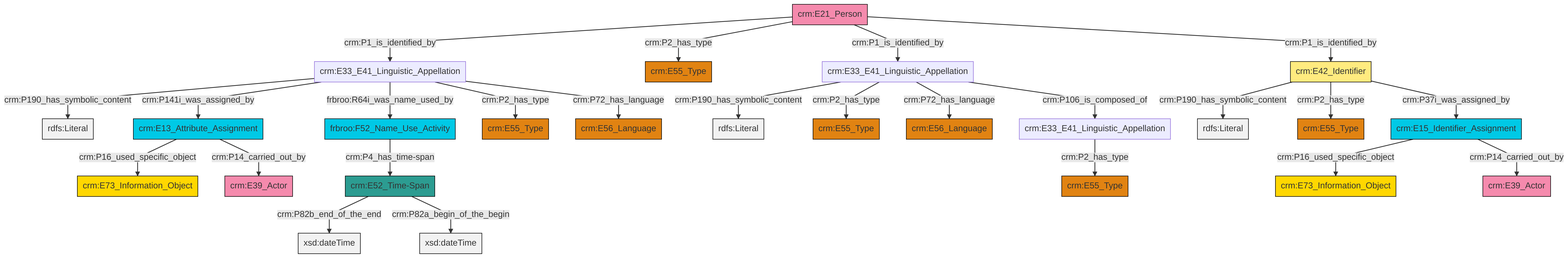
Before: et/personCSV/ttl/mmd/png/Person_Names_and_Classification.png, a diagram exported from Mermaid (swiss-art-research-net/docs.swissartresearch). Its source is kept beside it as et/personCSV/ttl/mmd/Person_Names_and_Classification.ttl.mmd.
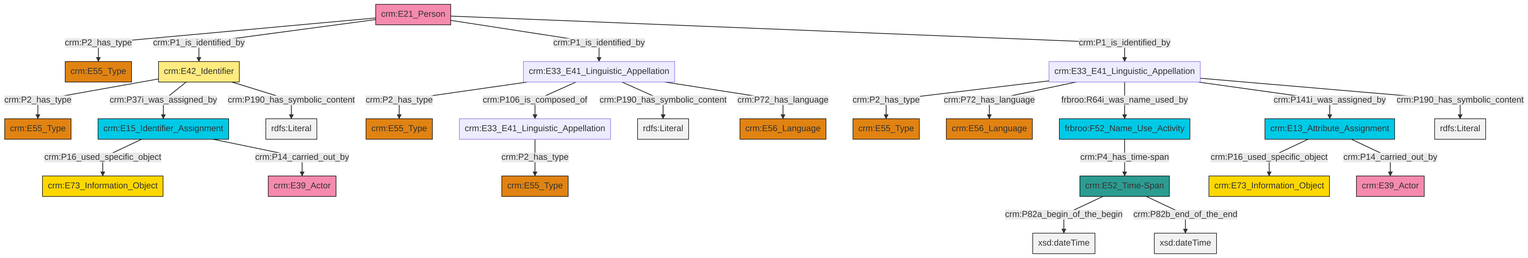
Above is the later version.

What changed in the source:
```diff
@@ -14,26 +14,26 @@
 classDef Multi fill:#cccccc,stroke:#000000;
 
 0["crm:E13_Attribute_Assignment"]:::Temporal_Entity -->|crm:P16_used_specific_object| 1["crm:E73_Information_Object"]:::Conceptual_Object
-4["frbroo:F52_Name_Use_Activity"]:::Temporal_Entity -->|crm:P4_has_time-span| 8["crm:E52_Time-Span"]:::Time-Span
-9["crm:E42_Identifier"]:::Appellation -->|crm:P190_has_symbolic_content| 10[rdfs:Literal]:::Literal
-11["crm:E21_Person"]:::Actor -->|crm:P1_is_identified_by| 12["crm:E33_E41_Linguistic_Appellation"]:::Default
-12["crm:E33_E41_Linguistic_Appellation"]:::Default -->|crm:P190_has_symbolic_content| 14[rdfs:Literal]:::Literal
-0["crm:E13_Attribute_Assignment"]:::Temporal_Entity -->|crm:P14_carried_out_by| 2["crm:E39_Actor"]:::Actor
-8["crm:E52_Time-Span"]:::Time-Span -->|crm:P82b_end_of_the_end| 21[xsd:dateTime]:::Literal
-8["crm:E52_Time-Span"]:::Time-Span -->|crm:P82a_begin_of_the_begin| 22[xsd:dateTime]:::Literal
-23["crm:E15_Identifier_Assignment"]:::Temporal_Entity -->|crm:P16_used_specific_object| 6["crm:E73_Information_Object"]:::Conceptual_Object
-23["crm:E15_Identifier_Assignment"]:::Temporal_Entity -->|crm:P14_carried_out_by| 24["crm:E39_Actor"]:::Actor
-11["crm:E21_Person"]:::Actor -->|crm:P2_has_type| 27["crm:E55_Type"]:::Type
-12["crm:E33_E41_Linguistic_Appellation"]:::Default -->|crm:P141i_was_assigned_by| 0["crm:E13_Attribute_Assignment"]:::Temporal_Entity
-11["crm:E21_Person"]:::Actor -->|crm:P1_is_identified_by| 28["crm:E33_E41_Linguistic_Appellation"]:::Default
-11["crm:E21_Person"]:::Actor -->|crm:P1_is_identified_by| 9["crm:E42_Identifier"]:::Appellation
-9["crm:E42_Identifier"]:::Appellation -->|crm:P2_has_type| 30["crm:E55_Type"]:::Type
-9["crm:E42_Identifier"]:::Appellation -->|crm:P37i_was_assigned_by| 23["crm:E15_Identifier_Assignment"]:::Temporal_Entity
-12["crm:E33_E41_Linguistic_Appellation"]:::Default -->|frbroo:R64i_was_name_used_by| 4["frbroo:F52_Name_Use_Activity"]:::Temporal_Entity
-28["crm:E33_E41_Linguistic_Appellation"]:::Default -->|crm:P190_has_symbolic_content| 32[rdfs:Literal]:::Literal
-17["crm:E33_E41_Linguistic_Appellation"]:::Default -->|crm:P2_has_type| 35["crm:E55_Type"]:::Type
-28["crm:E33_E41_Linguistic_Appellation"]:::Default -->|crm:P2_has_type| 19["crm:E55_Type"]:::Type
-12["crm:E33_E41_Linguistic_Appellation"]:::Default -->|crm:P2_has_type| 15["crm:E55_Type"]:::Type
-12["crm:E33_E41_Linguistic_Appellation"]:::Default -->|crm:P72_has_language| 40["crm:E56_Language"]:::Type
-28["crm:E33_E41_Linguistic_Appellation"]:::Default -->|crm:P72_has_language| 33["crm:E56_Language"]:::Type
-28["crm:E33_E41_Linguistic_Appellation"]:::Default -->|crm:P106_is_composed_of| 17["crm:E33_E41_Linguistic_Appellation"]:::Default
+2["crm:E33_E41_Linguistic_Appellation"]:::Default -->|crm:P2_has_type| 3["crm:E55_Type"]:::Type
+8["crm:E42_Identifier"]:::Appellation -->|crm:P2_has_type| 9["crm:E55_Type"]:::Type
+12["crm:E15_Identifier_Assignment"]:::Temporal_Entity -->|crm:P16_used_specific_object| 13["crm:E73_Information_Object"]:::Conceptual_Object
+4["crm:E33_E41_Linguistic_Appellation"]:::Default -->|crm:P2_has_type| 16["crm:E55_Type"]:::Type
+4["crm:E33_E41_Linguistic_Appellation"]:::Default -->|crm:P72_has_language| 6["crm:E56_Language"]:::Type
+4["crm:E33_E41_Linguistic_Appellation"]:::Default -->|frbroo:R64i_was_name_used_by| 24["frbroo:F52_Name_Use_Activity"]:::Temporal_Entity
+17["crm:E33_E41_Linguistic_Appellation"]:::Default -->|crm:P2_has_type| 21["crm:E55_Type"]:::Type
+8["crm:E42_Identifier"]:::Appellation -->|crm:P37i_was_assigned_by| 12["crm:E15_Identifier_Assignment"]:::Temporal_Entity
+27["crm:E21_Person"]:::Actor -->|crm:P2_has_type| 19["crm:E55_Type"]:::Type
+8["crm:E42_Identifier"]:::Appellation -->|crm:P190_has_symbolic_content| 30[rdfs:Literal]:::Literal
+31["crm:E52_Time-Span"]:::Time-Span -->|crm:P82a_begin_of_the_begin| 32[xsd:dateTime]:::Literal
+24["frbroo:F52_Name_Use_Activity"]:::Temporal_Entity -->|crm:P4_has_time-span| 31["crm:E52_Time-Span"]:::Time-Span
+2["crm:E33_E41_Linguistic_Appellation"]:::Default -->|crm:P106_is_composed_of| 17["crm:E33_E41_Linguistic_Appellation"]:::Default
+2["crm:E33_E41_Linguistic_Appellation"]:::Default -->|crm:P190_has_symbolic_content| 35[rdfs:Literal]:::Literal
+4["crm:E33_E41_Linguistic_Appellation"]:::Default -->|crm:P141i_was_assigned_by| 0["crm:E13_Attribute_Assignment"]:::Temporal_Entity
+12["crm:E15_Identifier_Assignment"]:::Temporal_Entity -->|crm:P14_carried_out_by| 10["crm:E39_Actor"]:::Actor
+27["crm:E21_Person"]:::Actor -->|crm:P1_is_identified_by| 8["crm:E42_Identifier"]:::Appellation
+27["crm:E21_Person"]:::Actor -->|crm:P1_is_identified_by| 2["crm:E33_E41_Linguistic_Appellation"]:::Default
+4["crm:E33_E41_Linguistic_Appellation"]:::Default -->|crm:P190_has_symbolic_content| 41[rdfs:Literal]:::Literal
+0["crm:E13_Attribute_Assignment"]:::Temporal_Entity -->|crm:P14_carried_out_by| 38["crm:E39_Actor"]:::Actor
+2["crm:E33_E41_Linguistic_Appellation"]:::Default -->|crm:P72_has_language| 14["crm:E56_Language"]:::Type
+27["crm:E21_Person"]:::Actor -->|crm:P1_is_identified_by| 4["crm:E33_E41_Linguistic_Appellation"]:::Default
+31["crm:E52_Time-Span"]:::Time-Span -->|crm:P82b_end_of_the_end| 45[xsd:dateTime]:::Literal
```
